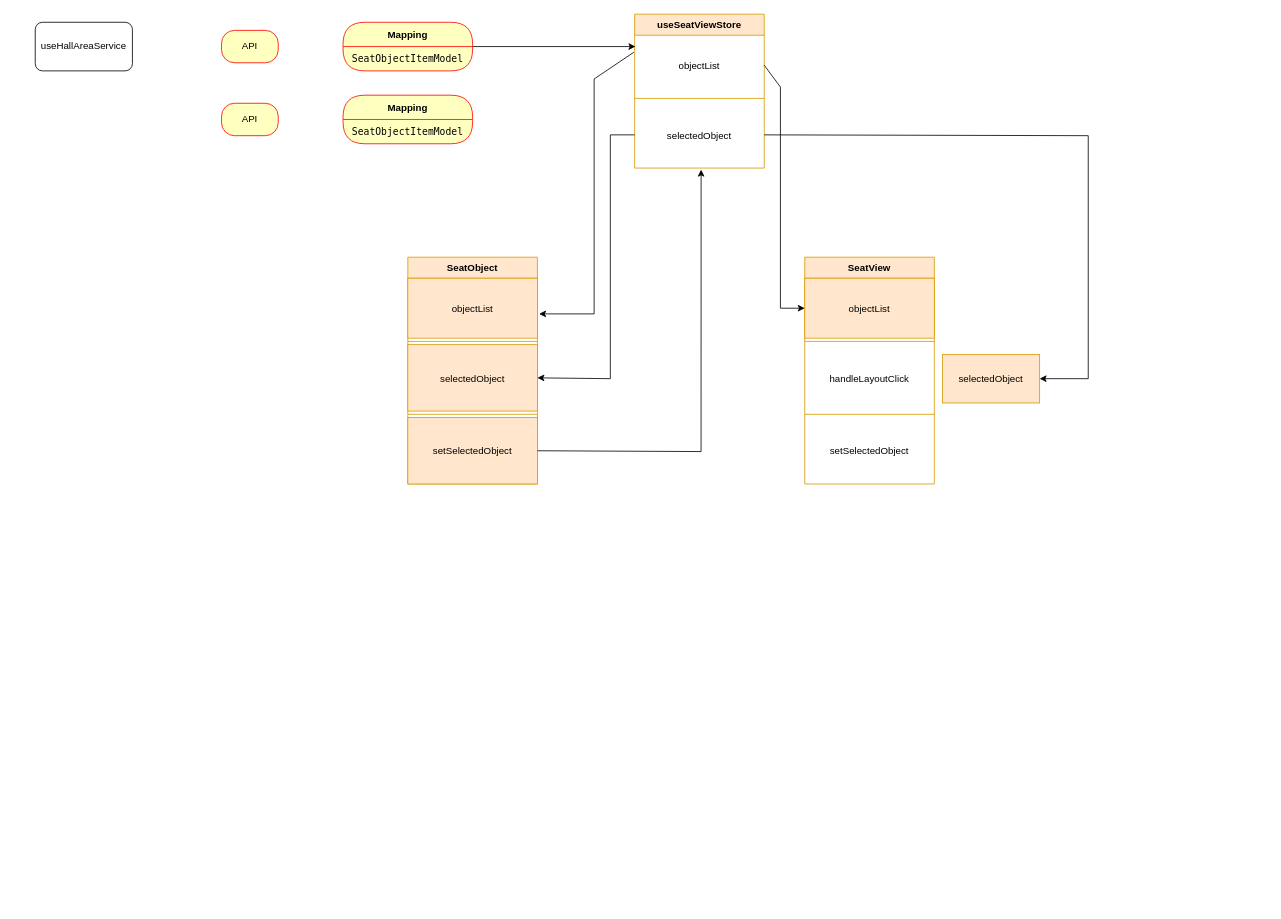
Before: 202310_seat_goods.drawio in monolifeYw/drawio, a draw.io diagram. Source tidied: cells renumbered, new cells numbered last; positions are measured from the earlier drawing's top-left corner, leaving out a move shared by most shapes. Both pictures are drawn from the tidied source at 81%, with x=0, y=0 at pixel (35, 14).
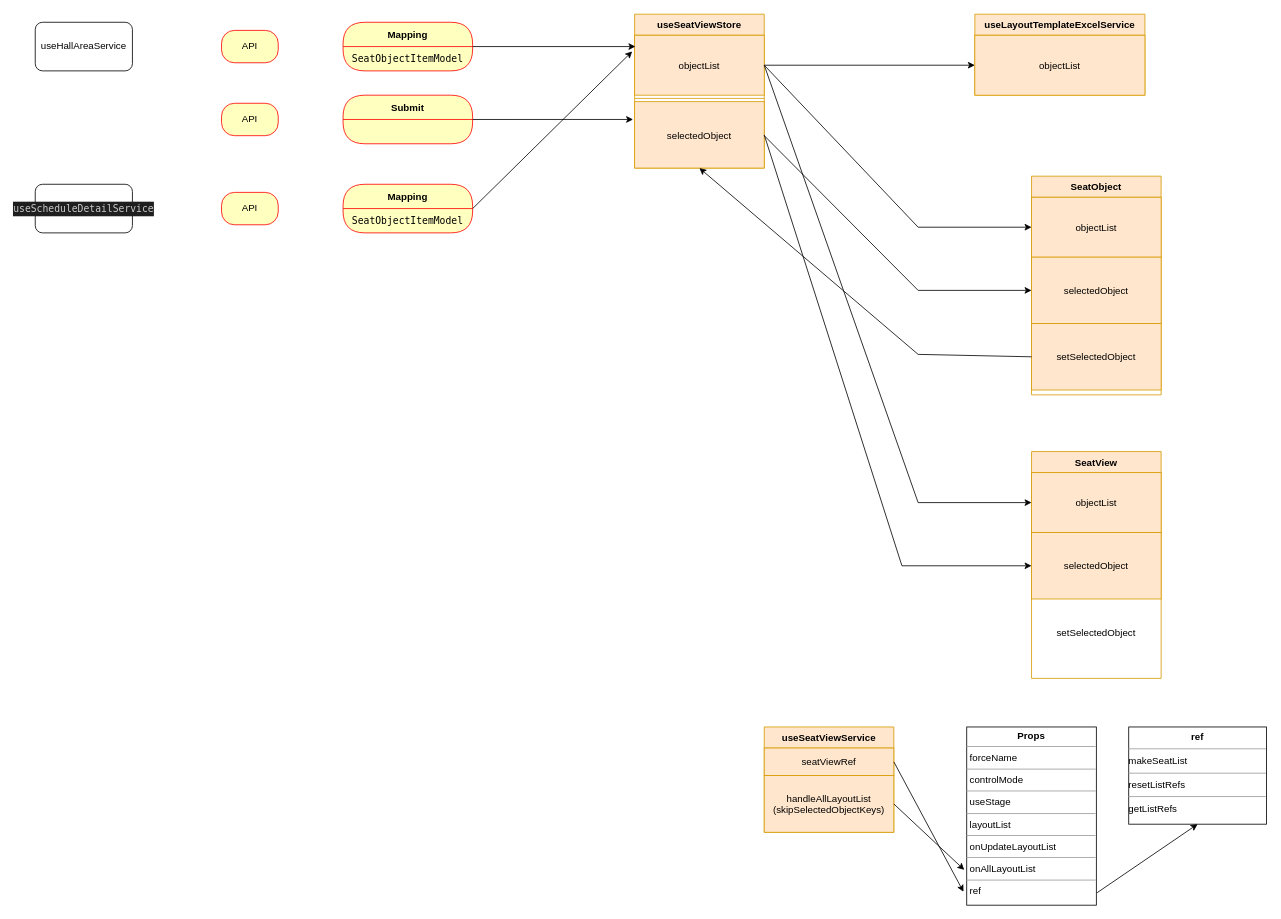
After the change.

Unchanged cells that the change refers to:
```xml
<mxCell id="2" value="useSeatViewStore" style="swimlane;fontStyle=1;align=center;verticalAlign=top;horizontal=1;startSize=26;rounded=0;shadow=0;strokeWidth=1;fillColor=#ffe6cc;strokeColor=#d79b00;" parent="1" vertex="1">
  <mxGeometry x="740" width="160" height="190" as="geometry" />
</mxCell>
<mxCell id="13" value="objectList" style="text;align=center;verticalAlign=middle;spacingLeft=4;spacingRight=4;overflow=hidden;points=[[0,0.5],[1,0.5]];portConstraint=eastwest;rounded=0;shadow=0;html=0;fillColor=#ffe6cc;strokeColor=#d79b00;" parent="12" vertex="1">
  <mxGeometry y="26" width="160" height="74" as="geometry" />
</mxCell>
<mxCell id="21" value="objectList" style="text;align=center;verticalAlign=middle;spacingLeft=4;spacingRight=4;overflow=hidden;points=[[0,0.5],[1,0.5]];portConstraint=eastwest;rounded=0;shadow=0;html=0;fillColor=#ffe6cc;strokeColor=#d79b00;" parent="20" vertex="1">
  <mxGeometry y="26" width="160" height="74" as="geometry" />
</mxCell>
```

The edit, as a diff of the source:
```diff
@@
-    <mxCell id="3" value="objectList" style="text;align=center;verticalAlign=middle;spacingLeft=4;spacingRight=4;overflow=hidden;points=[[0,0.5],[1,0.5]];portConstraint=eastwest;rounded=0;shadow=0;html=0;" parent="2" vertex="1">
+    <mxCell id="3" value="objectList" style="text;align=center;verticalAlign=middle;spacingLeft=4;spacingRight=4;overflow=hidden;points=[[0,0.5],[1,0.5]];portConstraint=eastwest;rounded=0;shadow=0;html=0;fillColor=#ffe6cc;strokeColor=#d79b00;" parent="2" vertex="1">
       <mxGeometry y="26" width="160" height="74" as="geometry" />
     </mxCell>
@@
-    <mxCell id="5" value="selectedObject" style="text;align=center;verticalAlign=middle;spacingLeft=4;spacingRight=4;overflow=hidden;points=[[0,0.5],[1,0.5]];portConstraint=eastwest;" parent="2" vertex="1">
+    <mxCell id="5" value="selectedObject" style="text;align=center;verticalAlign=middle;spacingLeft=4;spacingRight=4;overflow=hidden;points=[[0,0.5],[1,0.5]];portConstraint=eastwest;fillColor=#ffe6cc;strokeColor=#d79b00;" parent="2" vertex="1">
       <mxGeometry y="108" width="160" height="82" as="geometry" />
     </mxCell>
@@
-    <mxCell id="11" style="endArrow=classic;html=1;rounded=0;exitX=-0.006;exitY=0.284;exitDx=0;exitDy=0;entryX=1.013;entryY=0.595;entryDx=0;entryDy=0;exitPerimeter=0;entryPerimeter=0;" parent="1" edge="1" source="3" target="13">
+    <mxCell id="11" style="endArrow=classic;html=1;rounded=0;exitX=1;exitY=0.5;exitDx=0;exitDy=0;entryX=0;entryY=0.5;entryDx=0;entryDy=0;" parent="1" edge="1" source="3" target="13">
       <mxGeometry relative="1" as="geometry">
         <Array as="points">
-          <mxPoint x="690" y="80" />
-          <mxPoint x="690" y="370" />
+          <mxPoint x="1090" y="263" />
         </Array>
       </mxGeometry>
     </mxCell>
     <mxCell id="12" value="SeatObject" style="swimlane;fontStyle=1;align=center;verticalAlign=top;horizontal=1;startSize=26;rounded=0;shadow=0;strokeWidth=1;fillColor=#ffe6cc;strokeColor=#d79b00;" parent="1" vertex="1">
-      <mxGeometry x="460" y="300" width="160" height="280" as="geometry" />
+      <mxGeometry x="1230" y="200" width="160" height="270" as="geometry" />
     </mxCell>
@@
-    <mxCell id="14" style="line;html=1;strokeWidth=1;align=left;verticalAlign=middle;spacingTop=-1;spacingLeft=3;spacingRight=3;labelPosition=right;fillColor=#ffe6cc;strokeColor=#d79b00;" parent="12" vertex="1">
-      <mxGeometry y="100" width="160" height="8" as="geometry" />
-    </mxCell>
     <mxCell id="15" value="selectedObject" style="text;align=center;verticalAlign=middle;spacingLeft=4;spacingRight=4;overflow=hidden;points=[[0,0.5],[1,0.5]];portConstraint=eastwest;fillColor=#ffe6cc;strokeColor=#d79b00;" parent="12" vertex="1">
-      <mxGeometry y="108" width="160" height="82" as="geometry" />
+      <mxGeometry y="100" width="160" height="82" as="geometry" />
     </mxCell>
-    <mxCell id="16" style="line;html=1;strokeWidth=1;align=left;verticalAlign=middle;spacingTop=-1;spacingLeft=3;spacingRight=3;labelPosition=right;fillColor=#ffe6cc;strokeColor=#d79b00;" parent="12" vertex="1">
-      <mxGeometry y="190" width="160" height="8" as="geometry" />
-    </mxCell>
     <mxCell id="17" value="setSelectedObject" style="text;align=center;verticalAlign=middle;spacingLeft=4;spacingRight=4;overflow=hidden;points=[[0,0.5],[1,0.5]];portConstraint=eastwest;fillColor=#ffe6cc;strokeColor=#d79b00;" parent="12" vertex="1">
-      <mxGeometry y="198" width="160" height="82" as="geometry" />
+      <mxGeometry y="182" width="160" height="82" as="geometry" />
     </mxCell>
-    <mxCell id="18" style="endArrow=classic;html=1;rounded=0;exitX=1;exitY=0.5;exitDx=0;exitDy=0;entryX=0.513;entryY=1.024;entryDx=0;entryDy=0;entryPerimeter=0;" parent="1" edge="1" source="17" target="5">
+    <mxCell id="18" style="endArrow=classic;html=1;rounded=0;exitX=0;exitY=0.5;exitDx=0;exitDy=0;entryX=0.5;entryY=1;entryDx=0;entryDy=0;" parent="1" edge="1" source="17" target="2">
       <mxGeometry relative="1" as="geometry">
         <Array as="points">
-          <mxPoint x="822" y="540" />
+          <mxPoint x="1090" y="420" />
         </Array>
       </mxGeometry>
     </mxCell>
-    <mxCell id="19" style="endArrow=classic;html=1;rounded=0;exitX=0;exitY=0.5;exitDx=0;exitDy=0;entryX=1;entryY=0.5;entryDx=0;entryDy=0;" parent="1" edge="1" source="5" target="15">
+    <mxCell id="19" style="endArrow=classic;html=1;rounded=0;entryX=0;entryY=0.5;entryDx=0;entryDy=0;" parent="1" edge="1" target="15">
       <mxGeometry relative="1" as="geometry">
+        <mxPoint x="900" y="150" as="sourcePoint" />
         <Array as="points">
-          <mxPoint x="710" y="149" />
-          <mxPoint x="710" y="450" />
+          <mxPoint x="1090" y="341" />
         </Array>
       </mxGeometry>
     </mxCell>
     <mxCell id="20" value="SeatView" style="swimlane;fontStyle=1;align=center;verticalAlign=top;horizontal=1;startSize=26;rounded=0;shadow=0;strokeWidth=1;fillColor=#ffe6cc;strokeColor=#d79b00;" parent="1" vertex="1">
-      <mxGeometry x="950" y="300" width="160" height="280" as="geometry" />
+      <mxGeometry x="1230" y="540" width="160" height="280" as="geometry" />
     </mxCell>
@@
-    <mxCell id="22" style="line;html=1;strokeWidth=1;align=left;verticalAlign=middle;spacingTop=-1;spacingLeft=3;spacingRight=3;labelPosition=right;fillColor=#ffe6cc;strokeColor=#d79b00;" parent="20" vertex="1">
-      <mxGeometry y="100" width="160" height="8" as="geometry" />
-    </mxCell>
-    <mxCell id="23" value="handleLayoutClick" style="text;align=center;verticalAlign=middle;spacingLeft=4;spacingRight=4;overflow=hidden;points=[[0,0.5],[1,0.5]];portConstraint=eastwest;" parent="20" vertex="1">
-      <mxGeometry y="108" width="160" height="82" as="geometry" />
+    <mxCell id="23" value="selectedObject" style="text;align=center;verticalAlign=middle;spacingLeft=4;spacingRight=4;overflow=hidden;points=[[0,0.5],[1,0.5]];portConstraint=eastwest;fillColor=#ffe6cc;strokeColor=#d79b00;" parent="20" vertex="1">
+      <mxGeometry y="100" width="160" height="82" as="geometry" />
     </mxCell>
-    <mxCell id="24" style="line;html=1;strokeWidth=1;align=left;verticalAlign=middle;spacingTop=-1;spacingLeft=3;spacingRight=3;labelPosition=right;fillColor=#ffe6cc;strokeColor=#d79b00;" parent="20" vertex="1">
-      <mxGeometry y="190" width="160" height="8" as="geometry" />
-    </mxCell>
     <mxCell id="25" value="setSelectedObject" style="text;align=center;verticalAlign=middle;spacingLeft=4;spacingRight=4;overflow=hidden;" parent="20" vertex="1">
-      <mxGeometry y="198" width="160" height="82" as="geometry" />
+      <mxGeometry y="182" width="160" height="82" as="geometry" />
     </mxCell>
     <mxCell id="26" style="endArrow=classic;html=1;rounded=0;exitX=1;exitY=0.5;exitDx=0;exitDy=0;entryX=0;entryY=0.5;entryDx=0;entryDy=0;" parent="1" edge="1" source="3" target="21">
       <mxGeometry relative="1" as="geometry">
         <Array as="points">
-          <mxPoint x="920" y="90" />
-          <mxPoint x="920" y="363" />
+          <mxPoint x="1090" y="603" />
         </Array>
       </mxGeometry>
     </mxCell>
-    <mxCell id="27" value="selectedObject" style="rounded=0;whiteSpace=wrap;html=1;fillColor=#ffe6cc;strokeColor=#d79b00;" parent="1" vertex="1">
-      <mxGeometry x="1120" y="420" width="120" height="60" as="geometry" />
-    </mxCell>
-    <mxCell id="28" style="endArrow=classic;html=1;rounded=0;exitX=1;exitY=0.5;exitDx=0;exitDy=0;entryX=1;entryY=0.5;entryDx=0;entryDy=0;" parent="1" edge="1" source="5" target="27">
+    <mxCell id="28" style="endArrow=classic;html=1;rounded=0;exitX=1;exitY=0.5;exitDx=0;exitDy=0;entryX=0;entryY=0.5;entryDx=0;entryDy=0;" parent="1" edge="1" source="5" target="23">
       <mxGeometry relative="1" as="geometry">
         <Array as="points">
-          <mxPoint x="1300" y="150" />
-          <mxPoint x="1300" y="450" />
+          <mxPoint x="1070" y="681" />
         </Array>
       </mxGeometry>
     </mxCell>
@@
-    <mxCell id="30" value="Mapping" style="swimlane;fontStyle=1;align=center;verticalAlign=middle;horizontal=1;startSize=30;fontColor=#000000;rounded=1;arcSize=30;strokeColor=#ff0000;fillColor=#ffffc0;swimlaneFillColor=#ffffc0;" parent="1" vertex="1">
+    <mxCell id="30" value="Submit" style="swimlane;fontStyle=1;align=center;verticalAlign=middle;horizontal=1;startSize=30;fontColor=#000000;rounded=1;arcSize=30;strokeColor=#ff0000;fillColor=#ffffc0;swimlaneFillColor=#ffffc0;" parent="1" vertex="1">
       <mxGeometry x="380" y="100" width="160" height="60" as="geometry" />
     </mxCell>
+    <mxCell id="32" style="endArrow=classic;html=1;rounded=0;exitX=1;exitY=0.5;exitDx=0;exitDy=0;entryX=-0.012;entryY=0.268;entryDx=0;entryDy=0;entryPerimeter=0;" parent="1" edge="1" source="30" target="5">
+      <mxGeometry relative="1" as="geometry" />
+    </mxCell>
+    <mxCell id="33" value="useLayoutTemplateExcelService" style="swimlane;fontStyle=1;align=center;verticalAlign=top;horizontal=1;startSize=26;rounded=0;shadow=0;strokeWidth=1;fillColor=#ffe6cc;strokeColor=#d79b00;" parent="1" vertex="1">
+      <mxGeometry x="1160" width="210" height="100" as="geometry" />
+    </mxCell>
+    <mxCell id="34" value="objectList" style="text;align=center;verticalAlign=middle;spacingLeft=4;spacingRight=4;overflow=hidden;points=[[0,0.5],[1,0.5]];portConstraint=eastwest;rounded=0;shadow=0;html=0;fillColor=#ffe6cc;strokeColor=#d79b00;" parent="33" vertex="1">
+      <mxGeometry y="26" width="210" height="74" as="geometry" />
+    </mxCell>
+    <mxCell id="35" style="endArrow=classic;html=1;rounded=0;entryX=0;entryY=0.5;entryDx=0;entryDy=0;exitX=1;exitY=0.5;exitDx=0;exitDy=0;" parent="1" edge="1" source="3" target="34">
+      <mxGeometry relative="1" as="geometry" />
+    </mxCell>
+    <mxCell id="36" value="&lt;div style=&quot;color: rgb(204, 204, 204); background-color: rgb(31, 31, 31); font-family: Menlo, Monaco, &amp;quot;Courier New&amp;quot;, monospace; line-height: 18px;&quot;&gt;useScheduleDetailService&lt;/div&gt;" style="rounded=1;whiteSpace=wrap;html=1;" parent="1" vertex="1">
+      <mxGeometry y="210" width="120" height="60" as="geometry" />
+    </mxCell>
+    <mxCell id="37" value="API" style="rounded=1;whiteSpace=wrap;html=1;arcSize=40;fontColor=#000000;fillColor=#ffffc0;strokeColor=#ff0000;" parent="1" vertex="1">
+      <mxGeometry x="230" y="220" width="70" height="40" as="geometry" />
+    </mxCell>
+    <mxCell id="38" value="Mapping" style="swimlane;fontStyle=1;align=center;verticalAlign=middle;horizontal=1;startSize=30;fontColor=#000000;rounded=1;arcSize=30;strokeColor=#ff0000;fillColor=#ffffc0;swimlaneFillColor=#ffffc0;" parent="1" vertex="1">
+      <mxGeometry x="380" y="210" width="160" height="60" as="geometry" />
+    </mxCell>
-    <mxCell id="31" value="&lt;div style=&quot;font-family: Menlo, Monaco, &amp;quot;Courier New&amp;quot;, monospace; line-height: 18px;&quot;&gt;SeatObjectItemModel&lt;/div&gt;" style="text;html=1;strokeColor=none;fillColor=none;align=center;verticalAlign=middle;spacingLeft=4;spacingRight=4;whiteSpace=wrap;overflow=hidden;fontColor=#000000;" parent="30" vertex="1">
+    <mxCell id="31" value="&lt;div style=&quot;font-family: Menlo, Monaco, &amp;quot;Courier New&amp;quot;, monospace; line-height: 18px;&quot;&gt;SeatObjectItemModel&lt;/div&gt;" style="text;html=1;strokeColor=none;fillColor=none;align=center;verticalAlign=middle;spacingLeft=4;spacingRight=4;whiteSpace=wrap;overflow=hidden;fontColor=#000000;" parent="38" vertex="1">
       <mxGeometry y="30" width="160" height="30" as="geometry" />
     </mxCell>
+    <mxCell id="39" style="endArrow=classic;html=1;rounded=0;exitX=1;exitY=0;exitDx=0;exitDy=0;entryX=-0.019;entryY=0.27;entryDx=0;entryDy=0;entryPerimeter=0;" parent="1" edge="1" source="31" target="3">
+      <mxGeometry relative="1" as="geometry" />
+    </mxCell>
+    <mxCell id="40" value="&lt;p style=&quot;margin:0px;margin-top:4px;text-align:center;&quot;&gt;&lt;b&gt;Props&lt;/b&gt;&lt;/p&gt;&lt;hr size=&quot;1&quot;&gt;&lt;p style=&quot;margin:0px;margin-left:4px;&quot;&gt;forceName&lt;/p&gt;&lt;hr size=&quot;1&quot;&gt;&lt;p style=&quot;margin:0px;margin-left:4px;&quot;&gt;controlMode&lt;/p&gt;&lt;hr style=&quot;border-color: var(--border-color);&quot; size=&quot;1&quot;&gt;&lt;p style=&quot;border-color: var(--border-color); margin: 0px 0px 0px 4px;&quot;&gt;&lt;span style=&quot;background-color: initial;&quot;&gt;useStage&lt;/span&gt;&lt;br&gt;&lt;/p&gt;&lt;hr style=&quot;border-color: var(--border-color);&quot; size=&quot;1&quot;&gt;&lt;p style=&quot;border-color: var(--border-color); margin: 0px 0px 0px 4px;&quot;&gt;layoutList&lt;/p&gt;&lt;hr style=&quot;border-color: var(--border-color);&quot; size=&quot;1&quot;&gt;&lt;p style=&quot;border-color: var(--border-color); margin: 0px 0px 0px 4px;&quot;&gt;onUpdateLayoutList&lt;/p&gt;&lt;hr style=&quot;border-color: var(--border-color);&quot; size=&quot;1&quot;&gt;&lt;p style=&quot;border-color: var(--border-color); margin: 0px 0px 0px 4px;&quot;&gt;onAllLayoutList&lt;/p&gt;&lt;hr style=&quot;border-color: var(--border-color);&quot; size=&quot;1&quot;&gt;&lt;p style=&quot;border-color: var(--border-color); margin: 0px 0px 0px 4px;&quot;&gt;ref&lt;/p&gt;" style="verticalAlign=top;align=left;overflow=fill;fontSize=12;fontFamily=Helvetica;html=1;whiteSpace=wrap;" parent="1" vertex="1">
+      <mxGeometry x="1150" y="880" width="160" height="220" as="geometry" />
+    </mxCell>
+    <mxCell id="41" value="&lt;p style=&quot;text-align: center; margin: 4px 0px 0px; line-height: 140%;&quot;&gt;&lt;b&gt;&lt;font face=&quot;Helvetica&quot;&gt;ref&lt;/font&gt;&lt;/b&gt;&lt;/p&gt;&lt;hr style=&quot;text-align: center; line-height: 140%;&quot; size=&quot;1&quot;&gt;&lt;div style=&quot;line-height: 140%;&quot;&gt;&lt;font face=&quot;Helvetica&quot;&gt;makeSeatList&lt;/font&gt;&lt;/div&gt;&lt;hr style=&quot;line-height: 140%;&quot; size=&quot;1&quot;&gt;&lt;div style=&quot;line-height: 140%;&quot;&gt;&lt;font face=&quot;Helvetica&quot;&gt;resetListRefs&lt;/font&gt;&lt;/div&gt;&lt;hr style=&quot;border-color: var(--border-color); line-height: 140%;&quot; size=&quot;1&quot;&gt;&lt;div style=&quot;line-height: 140%;&quot;&gt;&lt;font face=&quot;Helvetica&quot;&gt;getListRefs&lt;/font&gt;&lt;/div&gt;&lt;p style=&quot;border-color: var(--border-color); margin: 0px 0px 0px 4px; line-height: 140%;&quot;&gt;&lt;br&gt;&lt;/p&gt;&lt;p style=&quot;border-color: var(--border-color); margin: 0px 0px 0px 4px; line-height: 140%;&quot;&gt;&lt;br style=&quot;border-color: var(--border-color);&quot;&gt;&lt;/p&gt;&lt;p style=&quot;border-color: var(--border-color); margin: 0px 0px 0px 4px; line-height: 140%;&quot;&gt;&lt;br style=&quot;border-color: var(--border-color);&quot;&gt;&lt;/p&gt;&lt;p style=&quot;border-color: var(--border-color); margin: 0px 0px 0px 4px; line-height: 140%;&quot;&gt;&lt;br style=&quot;border-color: var(--border-color);&quot;&gt;&lt;/p&gt;&lt;p style=&quot;border-color: var(--border-color); margin: 0px 0px 0px 4px; line-height: 140%;&quot;&gt;&lt;br style=&quot;border-color: var(--border-color);&quot;&gt;&lt;/p&gt;" style="verticalAlign=top;align=left;overflow=fill;fontSize=12;fontFamily=Helvetica;html=1;whiteSpace=wrap;spacing=2;spacingLeft=0;horizontal=1;" parent="1" vertex="1">
+      <mxGeometry x="1350" y="880" width="170" height="120" as="geometry" />
+    </mxCell>
+    <mxCell id="42" value="useSeatViewService" style="swimlane;fontStyle=1;align=center;verticalAlign=top;horizontal=1;startSize=26;rounded=0;shadow=0;strokeWidth=1;fillColor=#ffe6cc;strokeColor=#d79b00;" parent="1" vertex="1">
+      <mxGeometry x="900" y="880" width="160" height="130" as="geometry" />
+    </mxCell>
+    <mxCell id="43" value="seatViewRef" style="text;align=center;verticalAlign=middle;spacingLeft=4;spacingRight=4;overflow=hidden;points=[[0,0.5],[1,0.5]];portConstraint=eastwest;rounded=0;shadow=0;html=0;fillColor=#ffe6cc;strokeColor=#d79b00;" parent="42" vertex="1">
+      <mxGeometry y="26" width="160" height="34" as="geometry" />
+    </mxCell>
+    <mxCell id="44" value="handleAllLayoutList&#10;(skipSelectedObjectKeys)" style="text;align=center;verticalAlign=middle;spacingLeft=4;spacingRight=4;overflow=hidden;points=[[0,0.5],[1,0.5]];portConstraint=eastwest;fillColor=#ffe6cc;strokeColor=#d79b00;" parent="42" vertex="1">
+      <mxGeometry y="60" width="160" height="70" as="geometry" />
+    </mxCell>
+    <mxCell id="45" style="endArrow=classic;html=1;rounded=0;exitX=1;exitY=0.5;exitDx=0;exitDy=0;entryX=-0.025;entryY=0.925;entryDx=0;entryDy=0;entryPerimeter=0;" parent="1" edge="1" source="43" target="40">
+      <mxGeometry relative="1" as="geometry" />
+    </mxCell>
+    <mxCell id="46" style="endArrow=classic;html=1;rounded=0;exitX=1.006;exitY=0.93;exitDx=0;exitDy=0;entryX=0.5;entryY=1;entryDx=0;entryDy=0;exitPerimeter=0;" parent="1" edge="1" source="40" target="41">
+      <mxGeometry relative="1" as="geometry" />
+    </mxCell>
+    <mxCell id="47" style="endArrow=classic;html=1;rounded=0;exitX=1;exitY=0.5;exitDx=0;exitDy=0;entryX=-0.019;entryY=0.802;entryDx=0;entryDy=0;entryPerimeter=0;" parent="1" edge="1" source="44" target="40">
+      <mxGeometry relative="1" as="geometry" />
+    </mxCell>
```
